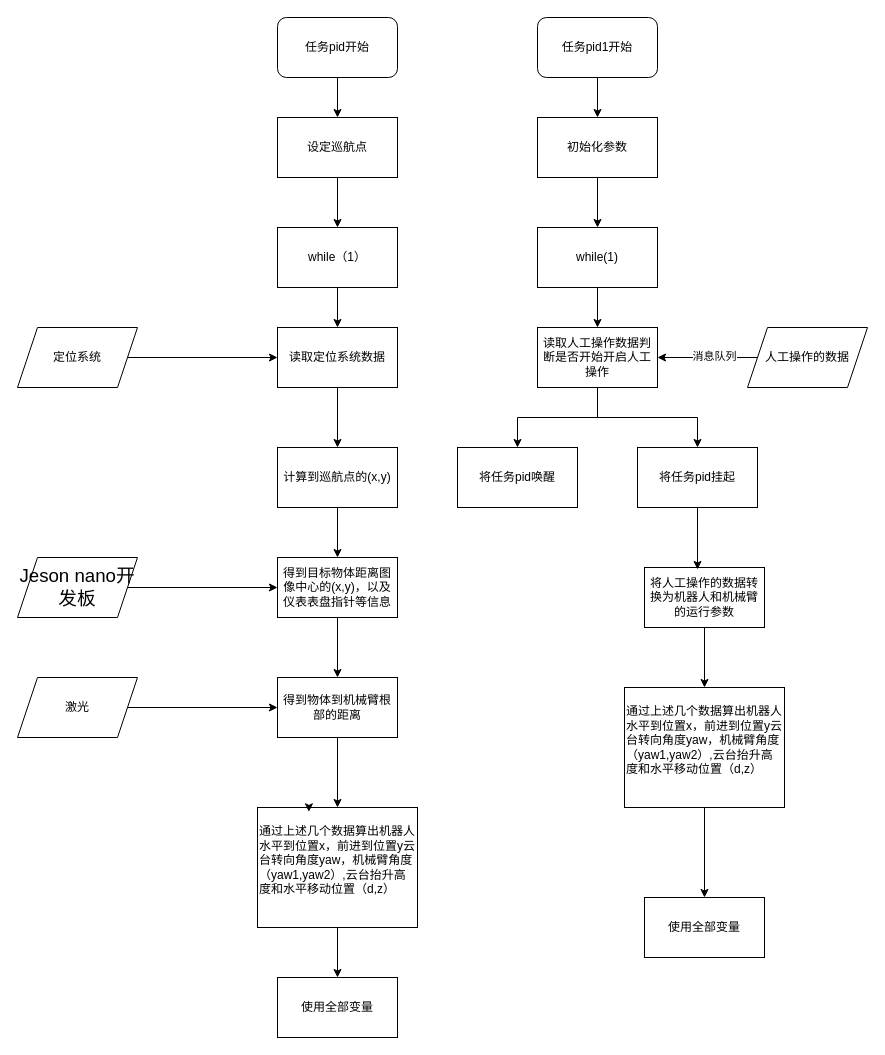
Before: 云台控制.drawio in aaahang/c_code, a draw.io diagram. Source tidied: cells renumbered, new cells numbered last; positions are measured from the earlier drawing's top-left corner, leaving out a move shared by most shapes. Both pictures are drawn from the tidied source at 100%, with x=0, y=0 at pixel (17, 17).
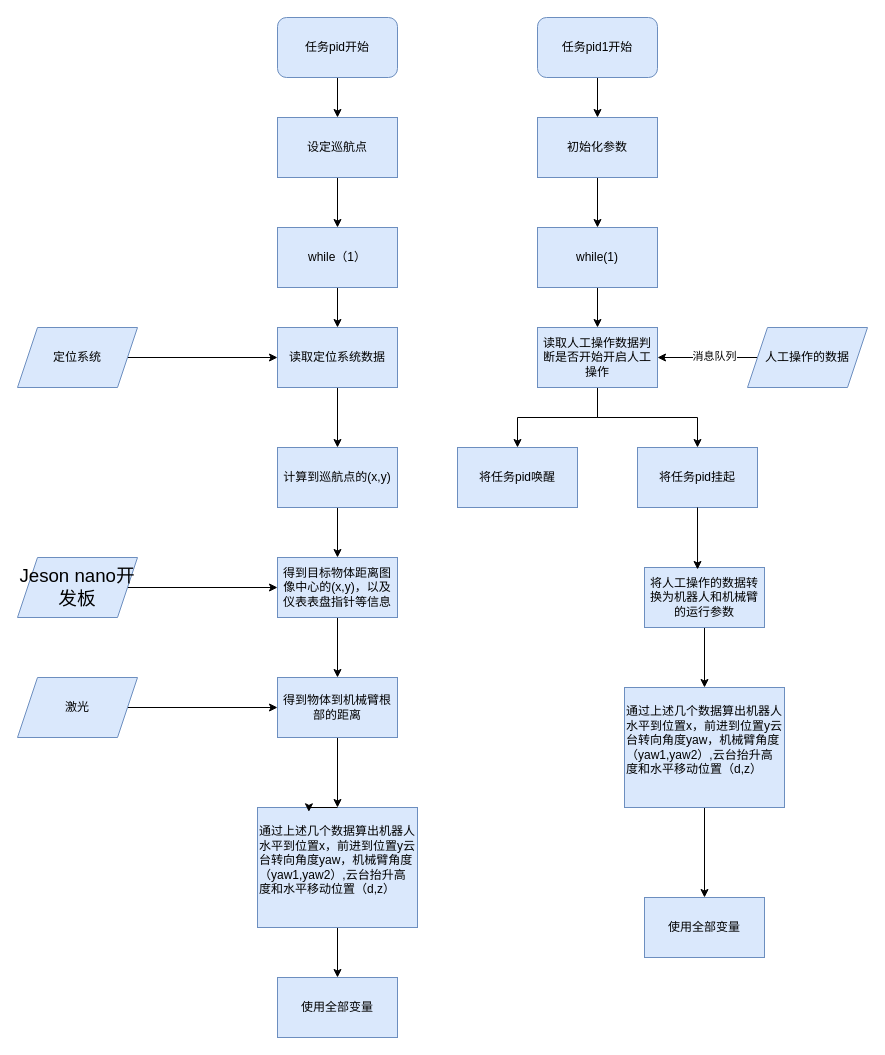
The same diagram, later.

Commit message (it also covers changes not shown here):
更新云台控制.drawio

The edit, as a diff of the source:
```diff
@@
-    <mxCell id="3" value="任务pid开始" style="rounded=1;whiteSpace=wrap;html=1;" parent="1" vertex="1">
+    <mxCell id="3" value="任务pid开始" style="rounded=1;whiteSpace=wrap;html=1;fillColor=#dae8fc;strokeColor=#6c8ebf;" parent="1" vertex="1">
       <mxGeometry x="260" width="120" height="60" as="geometry" />
     </mxCell>
@@
-    <mxCell id="5" value="while（1）" style="rounded=0;whiteSpace=wrap;html=1;" parent="1" vertex="1">
+    <mxCell id="5" value="while（1）" style="rounded=0;whiteSpace=wrap;html=1;fillColor=#dae8fc;strokeColor=#6c8ebf;" parent="1" vertex="1">
       <mxGeometry x="260" y="210" width="120" height="60" as="geometry" />
     </mxCell>
@@
-    <mxCell id="7" value="读取定位系统数据" style="rounded=0;whiteSpace=wrap;html=1;" parent="1" vertex="1">
+    <mxCell id="7" value="读取定位系统数据" style="rounded=0;whiteSpace=wrap;html=1;fillColor=#dae8fc;strokeColor=#6c8ebf;" parent="1" vertex="1">
       <mxGeometry x="260" y="310" width="120" height="60" as="geometry" />
     </mxCell>
@@
-    <mxCell id="9" value="定位系统" style="shape=parallelogram;perimeter=parallelogramPerimeter;whiteSpace=wrap;html=1;fixedSize=1;" parent="1" vertex="1">
+    <mxCell id="9" value="定位系统" style="shape=parallelogram;perimeter=parallelogramPerimeter;whiteSpace=wrap;html=1;fixedSize=1;fillColor=#dae8fc;strokeColor=#6c8ebf;" parent="1" vertex="1">
       <mxGeometry y="310" width="120" height="60" as="geometry" />
     </mxCell>
@@
-    <mxCell id="11" value="计算到巡航点的(x,y)" style="rounded=0;whiteSpace=wrap;html=1;" parent="1" vertex="1">
+    <mxCell id="11" value="计算到巡航点的(x,y)" style="rounded=0;whiteSpace=wrap;html=1;fillColor=#dae8fc;strokeColor=#6c8ebf;" parent="1" vertex="1">
       <mxGeometry x="260" y="430" width="120" height="60" as="geometry" />
     </mxCell>
@@
-    <mxCell id="13" value="设定巡航点" style="rounded=0;whiteSpace=wrap;html=1;" parent="1" vertex="1">
+    <mxCell id="13" value="设定巡航点" style="rounded=0;whiteSpace=wrap;html=1;fillColor=#dae8fc;strokeColor=#6c8ebf;" parent="1" vertex="1">
       <mxGeometry x="260" y="100" width="120" height="60" as="geometry" />
     </mxCell>
@@
-    <mxCell id="15" value="任务pid1开始" style="rounded=1;whiteSpace=wrap;html=1;" parent="1" vertex="1">
+    <mxCell id="15" value="任务pid1开始" style="rounded=1;whiteSpace=wrap;html=1;fillColor=#dae8fc;strokeColor=#6c8ebf;" parent="1" vertex="1">
       <mxGeometry x="520" width="120" height="60" as="geometry" />
     </mxCell>
@@
-    <mxCell id="17" value="初始化参数" style="rounded=0;whiteSpace=wrap;html=1;" parent="1" vertex="1">
+    <mxCell id="17" value="初始化参数" style="rounded=0;whiteSpace=wrap;html=1;fillColor=#dae8fc;strokeColor=#6c8ebf;" parent="1" vertex="1">
       <mxGeometry x="520" y="100" width="120" height="60" as="geometry" />
     </mxCell>
@@
-    <mxCell id="19" value="while(1)" style="rounded=0;whiteSpace=wrap;html=1;" parent="1" vertex="1">
+    <mxCell id="19" value="while(1)" style="rounded=0;whiteSpace=wrap;html=1;fillColor=#dae8fc;strokeColor=#6c8ebf;" parent="1" vertex="1">
       <mxGeometry x="520" y="210" width="120" height="60" as="geometry" />
     </mxCell>
@@
-    <mxCell id="22" value="读取人工操作数据判断是否开始开启人工操作" style="rounded=0;whiteSpace=wrap;html=1;" parent="1" vertex="1">
+    <mxCell id="22" value="读取人工操作数据判断是否开始开启人工操作" style="rounded=0;whiteSpace=wrap;html=1;fillColor=#dae8fc;strokeColor=#6c8ebf;" parent="1" vertex="1">
       <mxGeometry x="520" y="310" width="120" height="60" as="geometry" />
     </mxCell>
@@
-    <mxCell id="25" value="人工操作的数据" style="shape=parallelogram;perimeter=parallelogramPerimeter;whiteSpace=wrap;html=1;fixedSize=1;" parent="1" vertex="1">
+    <mxCell id="25" value="人工操作的数据" style="shape=parallelogram;perimeter=parallelogramPerimeter;whiteSpace=wrap;html=1;fixedSize=1;fillColor=#dae8fc;strokeColor=#6c8ebf;" parent="1" vertex="1">
       <mxGeometry x="730" y="310" width="120" height="60" as="geometry" />
     </mxCell>
-    <mxCell id="26" value="将任务pid挂起" style="rounded=0;whiteSpace=wrap;html=1;" parent="1" vertex="1">
+    <mxCell id="26" value="将任务pid挂起" style="rounded=0;whiteSpace=wrap;html=1;fillColor=#dae8fc;strokeColor=#6c8ebf;" parent="1" vertex="1">
       <mxGeometry x="620" y="430" width="120" height="60" as="geometry" />
     </mxCell>
-    <mxCell id="27" value="将任务pid唤醒" style="rounded=0;whiteSpace=wrap;html=1;" parent="1" vertex="1">
+    <mxCell id="27" value="将任务pid唤醒" style="rounded=0;whiteSpace=wrap;html=1;fillColor=#dae8fc;strokeColor=#6c8ebf;" parent="1" vertex="1">
       <mxGeometry x="440" y="430" width="120" height="60" as="geometry" />
     </mxCell>
@@
-    <mxCell id="29" value="将人工操作的数据转换为机器人和机械臂的运行参数" style="rounded=0;whiteSpace=wrap;html=1;" parent="1" vertex="1">
+    <mxCell id="29" value="将人工操作的数据转换为机器人和机械臂的运行参数" style="rounded=0;whiteSpace=wrap;html=1;fillColor=#dae8fc;strokeColor=#6c8ebf;" parent="1" vertex="1">
       <mxGeometry x="627" y="550" width="120" height="60" as="geometry" />
     </mxCell>
@@
-    <mxCell id="32" value="得到目标物体距离图像中心的(x,y)，以及仪表表盘指针等信息" style="rounded=0;whiteSpace=wrap;html=1;" parent="1" vertex="1">
+    <mxCell id="32" value="得到目标物体距离图像中心的(x,y)，以及仪表表盘指针等信息" style="rounded=0;whiteSpace=wrap;html=1;fillColor=#dae8fc;strokeColor=#6c8ebf;" parent="1" vertex="1">
       <mxGeometry x="260" y="540" width="120" height="60" as="geometry" />
     </mxCell>
@@
-    <mxCell id="34" value="&lt;span style=&quot;font-size: 14pt; font-family: 等线;&quot;&gt;Jeson&lt;/span&gt;&lt;span style=&quot;font-size: 14pt; font-family: 等线;&quot;&gt; nano开发板&lt;/span&gt;" style="shape=parallelogram;perimeter=parallelogramPerimeter;whiteSpace=wrap;html=1;fixedSize=1;" parent="1" vertex="1">
+    <mxCell id="34" value="&lt;span style=&quot;font-size: 14pt; font-family: 等线;&quot;&gt;Jeson&lt;/span&gt;&lt;span style=&quot;font-size: 14pt; font-family: 等线;&quot;&gt; nano开发板&lt;/span&gt;" style="shape=parallelogram;perimeter=parallelogramPerimeter;whiteSpace=wrap;html=1;fixedSize=1;fillColor=#dae8fc;strokeColor=#6c8ebf;" parent="1" vertex="1">
       <mxGeometry y="540" width="120" height="60" as="geometry" />
     </mxCell>
@@
-    <mxCell id="36" value="得到物体到机械臂根部的距离" style="rounded=0;whiteSpace=wrap;html=1;" parent="1" vertex="1">
+    <mxCell id="36" value="得到物体到机械臂根部的距离" style="rounded=0;whiteSpace=wrap;html=1;fillColor=#dae8fc;strokeColor=#6c8ebf;" parent="1" vertex="1">
       <mxGeometry x="260" y="660" width="120" height="60" as="geometry" />
     </mxCell>
@@
-    <mxCell id="38" value="激光" style="shape=parallelogram;perimeter=parallelogramPerimeter;whiteSpace=wrap;html=1;fixedSize=1;" parent="1" vertex="1">
+    <mxCell id="38" value="激光" style="shape=parallelogram;perimeter=parallelogramPerimeter;whiteSpace=wrap;html=1;fixedSize=1;fillColor=#dae8fc;strokeColor=#6c8ebf;" parent="1" vertex="1">
       <mxGeometry y="660" width="120" height="60" as="geometry" />
     </mxCell>
@@
-    <mxCell id="40" value="通过上述几个数据算出机器人水平到位置x，前进到位置y&lt;span style=&quot;background-color: initial;&quot;&gt;云台转向角度yaw，机械臂角度（yaw1,yaw2）,云台抬升高度和水平移动位置（d,z）&lt;/span&gt;&lt;div&gt;&lt;br&gt;&lt;/div&gt;" style="rounded=0;whiteSpace=wrap;html=1;align=left;" parent="1" vertex="1">
+    <mxCell id="40" value="通过上述几个数据算出机器人水平到位置x，前进到位置y&lt;span style=&quot;background-color: initial;&quot;&gt;云台转向角度yaw，机械臂角度（yaw1,yaw2）,云台抬升高度和水平移动位置（d,z）&lt;/span&gt;&lt;div&gt;&lt;br&gt;&lt;/div&gt;" style="rounded=0;whiteSpace=wrap;html=1;align=left;fillColor=#dae8fc;strokeColor=#6c8ebf;" parent="1" vertex="1">
       <mxGeometry x="240" y="790" width="160" height="120" as="geometry" />
     </mxCell>
-    <mxCell id="41" value="使用全部变量" style="rounded=0;whiteSpace=wrap;html=1;" parent="1" vertex="1">
+    <mxCell id="41" value="使用全部变量" style="rounded=0;whiteSpace=wrap;html=1;fillColor=#dae8fc;strokeColor=#6c8ebf;" parent="1" vertex="1">
       <mxGeometry x="260" y="960" width="120" height="60" as="geometry" />
     </mxCell>
@@
-    <mxCell id="44" value="通过上述几个数据算出机器人水平到位置x，前进到位置y&lt;span style=&quot;background-color: initial;&quot;&gt;云台转向角度yaw，机械臂角度（yaw1,yaw2）,云台抬升高度和水平移动位置（d,z）&lt;/span&gt;&lt;div&gt;&lt;br&gt;&lt;/div&gt;" style="rounded=0;whiteSpace=wrap;html=1;align=left;" parent="1" vertex="1">
+    <mxCell id="44" value="通过上述几个数据算出机器人水平到位置x，前进到位置y&lt;span style=&quot;background-color: initial;&quot;&gt;云台转向角度yaw，机械臂角度（yaw1,yaw2）,云台抬升高度和水平移动位置（d,z）&lt;/span&gt;&lt;div&gt;&lt;br&gt;&lt;/div&gt;" style="rounded=0;whiteSpace=wrap;html=1;align=left;fillColor=#dae8fc;strokeColor=#6c8ebf;" parent="1" vertex="1">
       <mxGeometry x="607" y="670" width="160" height="120" as="geometry" />
     </mxCell>
-    <mxCell id="45" value="使用全部变量" style="rounded=0;whiteSpace=wrap;html=1;" parent="1" vertex="1">
+    <mxCell id="45" value="使用全部变量" style="rounded=0;whiteSpace=wrap;html=1;fillColor=#dae8fc;strokeColor=#6c8ebf;" parent="1" vertex="1">
       <mxGeometry x="627" y="880" width="120" height="60" as="geometry" />
     </mxCell>
```
